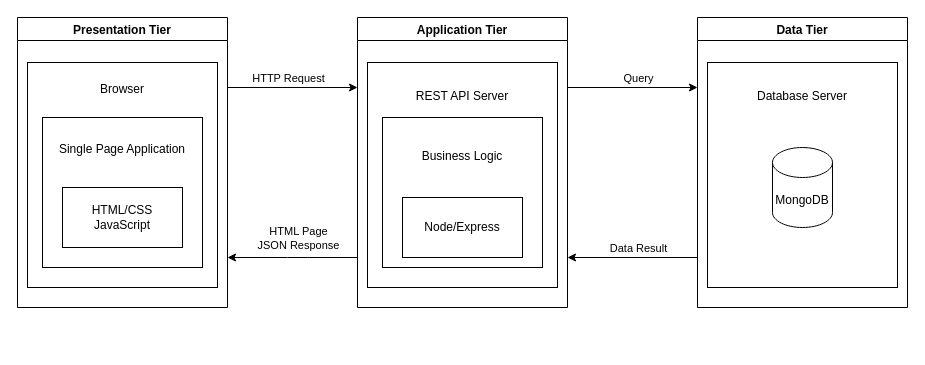
Before: Section07/img/3TierArchitecture.drawio in imclarisa/sc-curriculum, a draw.io diagram. Source tidied: cells renumbered, new cells numbered last; positions are measured from the earlier drawing's top-left corner, leaving out a move shared by most shapes. Both pictures are drawn from the tidied source at 100%, with x=0, y=0 at pixel (17, 17).
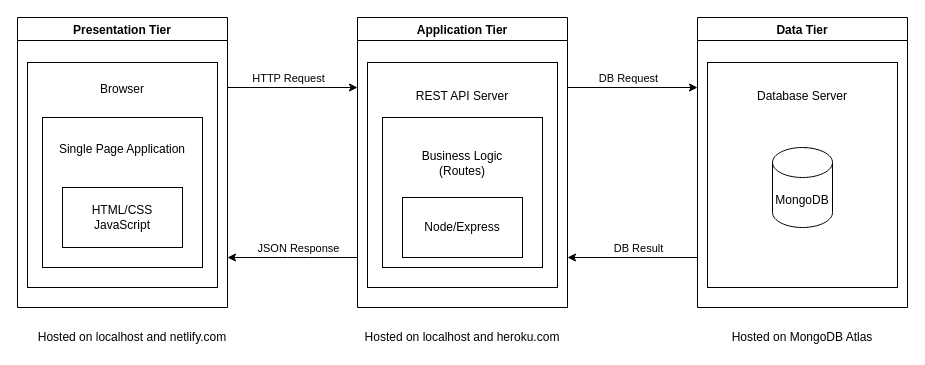
The same diagram, later.

Unchanged cells that the change refers to:
```xml
<mxCell id="6" value="Application Tier" style="swimlane;startSize=23;" parent="1" vertex="1">
  <mxGeometry x="340" width="210" height="290" as="geometry" />
</mxCell>
<mxCell id="13" style="endArrow=classic;html=1;" parent="1" edge="1">
  <mxGeometry relative="1" as="geometry">
    <mxPoint x="550" y="70" as="sourcePoint" />
    <mxPoint x="680" y="70" as="targetPoint" />
  </mxGeometry>
</mxCell>
<mxCell id="17" style="endArrow=classic;html=1;" parent="1" edge="1">
  <mxGeometry relative="1" as="geometry">
    <mxPoint x="680" y="240" as="sourcePoint" />
    <mxPoint x="550" y="240" as="targetPoint" />
  </mxGeometry>
</mxCell>
<mxCell id="19" style="endArrow=classic;html=1;" parent="1" edge="1">
  <mxGeometry relative="1" as="geometry">
    <mxPoint x="340" y="240" as="sourcePoint" />
    <mxPoint x="210" y="240" as="targetPoint" />
    <Array as="points">
      <mxPoint x="280" y="240" />
    </Array>
  </mxGeometry>
</mxCell>
```

What changed in the source:
```diff
@@
-    <mxCell id="8" value="Business Logic&lt;br&gt;&lt;br&gt;&lt;br&gt;&lt;br&gt;&lt;br&gt;&lt;br&gt;" style="rounded=0;whiteSpace=wrap;html=1;" parent="6" vertex="1">
+    <mxCell id="8" value="Business Logic&lt;br&gt;(Routes)&lt;br&gt;&lt;br&gt;&lt;br&gt;&lt;br&gt;&lt;br&gt;" style="rounded=0;whiteSpace=wrap;html=1;" parent="6" vertex="1">
       <mxGeometry x="25" y="100" width="160" height="150" as="geometry" />
     </mxCell>
@@
-    <mxCell id="14" value="Query" style="edgeLabel;html=1;align=center;verticalAlign=middle;" parent="13" vertex="1">
+    <mxCell id="14" value="DB Request" style="edgeLabel;html=1;align=center;verticalAlign=middle;" parent="13" vertex="1">
       <mxGeometry x="0.45" y="-2" relative="1" as="geometry">
-        <mxPoint x="-24" y="-12" as="offset" />
+        <mxPoint x="-34" y="-12" as="offset" />
       </mxGeometry>
     </mxCell>
@@
-    <mxCell id="18" value="Data Result" style="edgeLabel;html=1;align=center;verticalAlign=middle;" parent="17" vertex="1">
+    <mxCell id="18" value="DB Result" style="edgeLabel;html=1;align=center;verticalAlign=middle;" parent="17" vertex="1">
       <mxGeometry x="-0.37" y="-4" relative="1" as="geometry">
         <mxPoint x="-19" y="-6" as="offset" />
       </mxGeometry>
     </mxCell>
@@
-    <mxCell id="20" value="HTML Page&lt;br&gt;JSON Response" style="edgeLabel;html=1;align=center;verticalAlign=middle;" parent="19" vertex="1">
+    <mxCell id="20" value="JSON Response" style="edgeLabel;html=1;align=center;verticalAlign=middle;" parent="19" vertex="1">
       <mxGeometry x="-0.29" y="-1" relative="1" as="geometry">
-        <mxPoint x="-14" y="-19" as="offset" />
+        <mxPoint x="-14" y="-9" as="offset" />
       </mxGeometry>
     </mxCell>
+    <mxCell id="21" value="Hosted on localhost and heroku.com" style="text;html=1;strokeColor=none;fillColor=none;align=center;verticalAlign=middle;whiteSpace=wrap;rounded=0;" parent="1" vertex="1">
+      <mxGeometry x="340" y="310" width="210" height="20" as="geometry" />
+    </mxCell>
+    <mxCell id="22" value="Hosted on localhost and netlify.com" style="text;html=1;strokeColor=none;fillColor=none;align=center;verticalAlign=middle;whiteSpace=wrap;rounded=0;" parent="1" vertex="1">
+      <mxGeometry x="10" y="310" width="210" height="20" as="geometry" />
+    </mxCell>
+    <mxCell id="23" value="Hosted on MongoDB Atlas" style="text;html=1;strokeColor=none;fillColor=none;align=center;verticalAlign=middle;whiteSpace=wrap;rounded=0;" parent="1" vertex="1">
+      <mxGeometry x="680" y="310" width="210" height="20" as="geometry" />
+    </mxCell>
```
